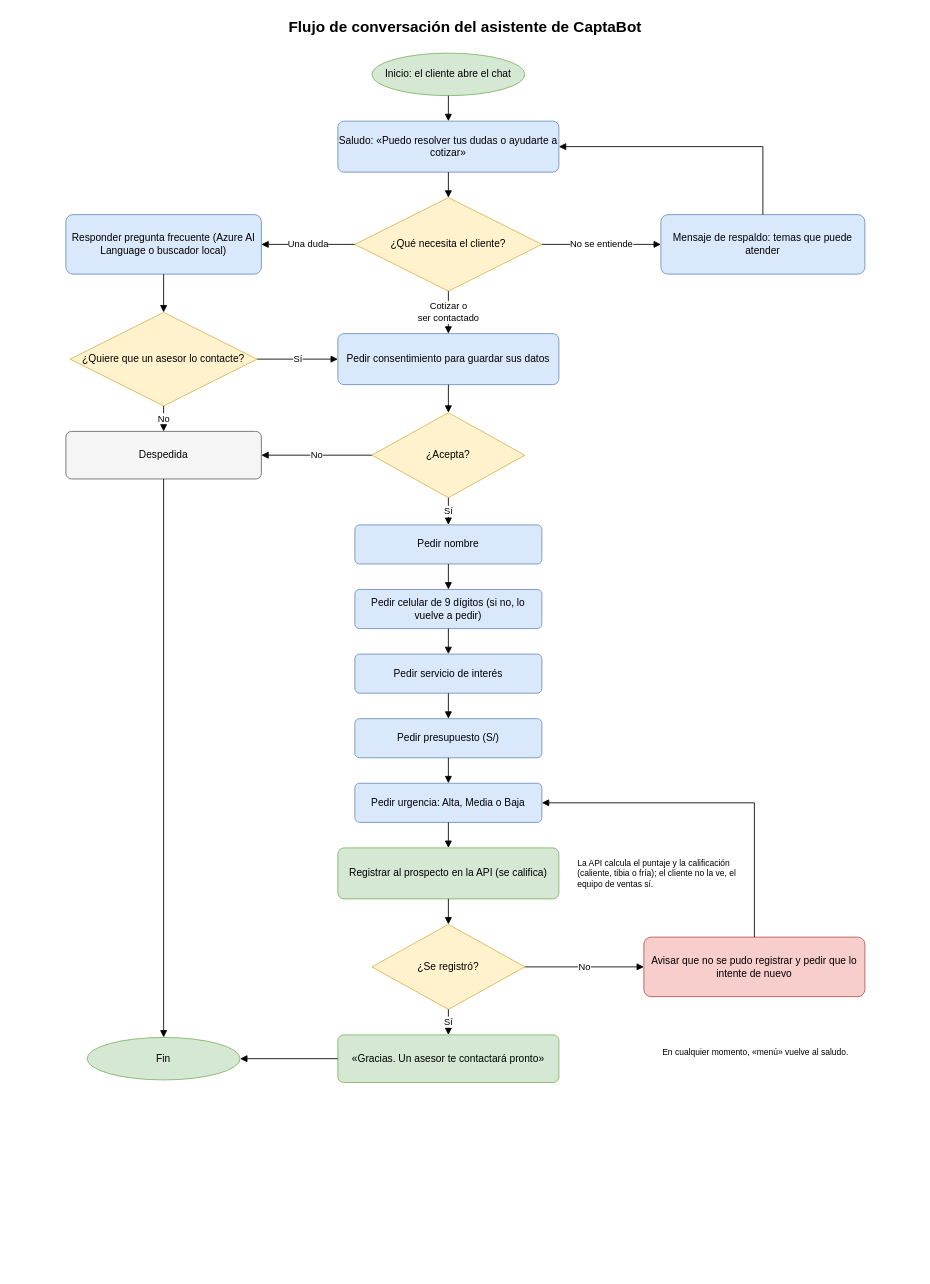
Earlier version of the draw.io diagram docs/diagramas/flujo-asistente.drawio (dwisardev/captabot-error404). Source tidied: cells renumbered, new cells numbered last; positions are measured from the earlier drawing's top-left corner, leaving out a move shared by most shapes. Both pictures are drawn from the tidied source at 85%, with x=0, y=0 at pixel (14, 14).
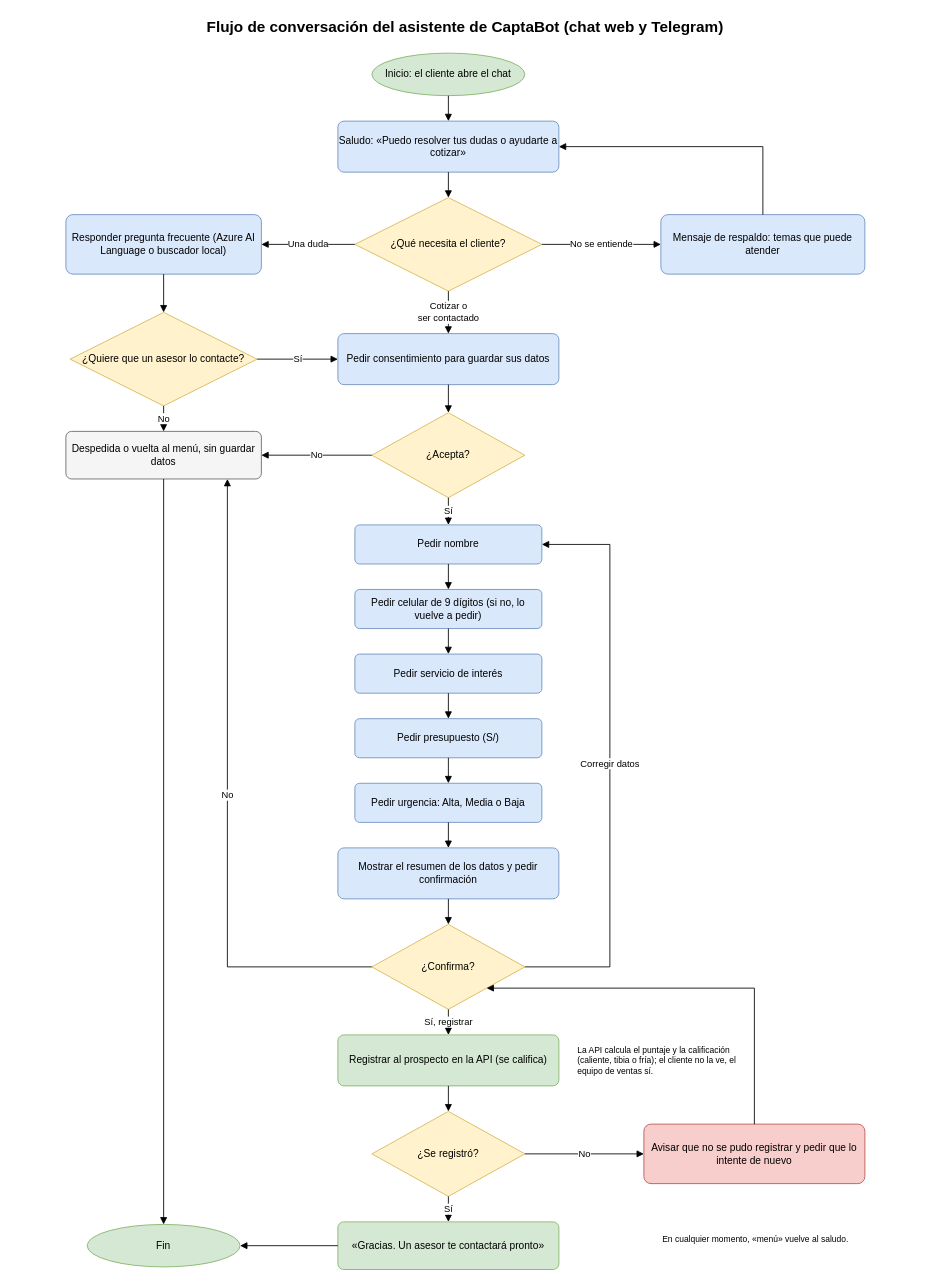
The same diagram, later.

Commit message (it also covers changes not shown here):
SCRUM-15 El chat muestra un resumen y pide confirmación antes de registrar al prospecto

Unchanged cells that the change refers to:
```xml
<mxCell id="11" value="Pedir nombre" style="rounded=1;arcSize=12;whiteSpace=wrap;html=1;fillColor=#dae8fc;strokeColor=#6c8ebf;fontSize=12;" parent="1" vertex="1">
  <mxGeometry x="400" y="600" width="220" height="46" as="geometry" />
</mxCell>
<mxCell id="15" value="Pedir urgencia: Alta, Media o Baja" style="rounded=1;arcSize=12;whiteSpace=wrap;html=1;fillColor=#dae8fc;strokeColor=#6c8ebf;fontSize=12;" parent="1" vertex="1">
  <mxGeometry x="400" y="904" width="220" height="46" as="geometry" />
</mxCell>
```

The edit, as a diff of the source:
```diff
@@
-    <mxCell id="2" value="Flujo de conversación del asistente de CaptaBot" style="text;html=1;strokeColor=none;fillColor=none;align=center;verticalAlign=middle;whiteSpace=wrap;fontSize=18;fontStyle=1;" parent="1" vertex="1">
+    <mxCell id="2" value="Flujo de conversación del asistente de CaptaBot (chat web y Telegram)" style="text;html=1;strokeColor=none;fillColor=none;align=center;verticalAlign=middle;whiteSpace=wrap;fontSize=18;fontStyle=1;" parent="1" vertex="1">
       <mxGeometry width="1060" height="30" as="geometry" />
     </mxCell>
@@
+    <mxCell id="47" value="Mostrar el resumen de los datos y pedir confirmación" style="rounded=1;arcSize=12;whiteSpace=wrap;html=1;fillColor=#dae8fc;strokeColor=#6c8ebf;fontSize=12;" parent="1" vertex="1">
+      <mxGeometry x="380" y="980" width="260" height="60" as="geometry" />
+    </mxCell>
+    <mxCell id="48" value="¿Confirma?" style="rhombus;whiteSpace=wrap;html=1;fillColor=#fff2cc;strokeColor=#d6b656;fontSize=12;" parent="1" vertex="1">
+      <mxGeometry x="420" y="1070" width="180" height="100" as="geometry" />
+    </mxCell>
     <mxCell id="16" value="Registrar al prospecto en la API (se califica)" style="rounded=1;arcSize=12;whiteSpace=wrap;html=1;fillColor=#d5e8d4;strokeColor=#82b366;fontSize=12;" parent="1" vertex="1">
-      <mxGeometry x="380" y="980" width="260" height="60" as="geometry" />
+      <mxGeometry x="380" y="1200" width="260" height="60" as="geometry" />
     </mxCell>
     <mxCell id="17" value="¿Se registró?" style="rhombus;whiteSpace=wrap;html=1;fillColor=#fff2cc;strokeColor=#d6b656;fontSize=12;" parent="1" vertex="1">
-      <mxGeometry x="420" y="1070" width="180" height="100" as="geometry" />
+      <mxGeometry x="420" y="1290" width="180" height="100" as="geometry" />
     </mxCell>
     <mxCell id="18" value="«Gracias. Un asesor te contactará pronto»" style="rounded=1;arcSize=12;whiteSpace=wrap;html=1;fillColor=#d5e8d4;strokeColor=#82b366;fontSize=12;" parent="1" vertex="1">
-      <mxGeometry x="380" y="1200" width="260" height="56" as="geometry" />
+      <mxGeometry x="380" y="1420" width="260" height="56" as="geometry" />
     </mxCell>
     <mxCell id="19" value="Avisar que no se pudo registrar y pedir que lo intente de nuevo" style="rounded=1;arcSize=12;whiteSpace=wrap;html=1;fillColor=#f8cecc;strokeColor=#b85450;fontSize=12;" parent="1" vertex="1">
-      <mxGeometry x="740" y="1085" width="260" height="70" as="geometry" />
+      <mxGeometry x="740" y="1305" width="260" height="70" as="geometry" />
     </mxCell>
-    <mxCell id="20" value="Despedida" style="rounded=1;arcSize=12;whiteSpace=wrap;html=1;fillColor=#f5f5f5;strokeColor=#666666;fontSize=12;" parent="1" vertex="1">
+    <mxCell id="20" value="Despedida o vuelta al menú, sin guardar datos" style="rounded=1;arcSize=12;whiteSpace=wrap;html=1;fillColor=#f5f5f5;strokeColor=#666666;fontSize=12;" parent="1" vertex="1">
       <mxGeometry x="60" y="490" width="230" height="56" as="geometry" />
     </mxCell>
     <mxCell id="21" value="Fin" style="ellipse;whiteSpace=wrap;html=1;fillColor=#d5e8d4;strokeColor=#82b366;fontSize=12;" parent="1" vertex="1">
-      <mxGeometry x="85" y="1203" width="180" height="50" as="geometry" />
+      <mxGeometry x="85" y="1423" width="180" height="50" as="geometry" />
     </mxCell>
     <mxCell id="22" value="La API calcula el puntaje y la calificación (caliente, tibia o fría); el cliente no la ve, el equipo de ventas sí." style="text;html=1;strokeColor=none;fillColor=none;align=left;verticalAlign=middle;whiteSpace=wrap;fontSize=10;" parent="1" vertex="1">
-      <mxGeometry x="660" y="965" width="190" height="90" as="geometry" />
+      <mxGeometry x="660" y="1185" width="190" height="90" as="geometry" />
     </mxCell>
     <mxCell id="23" value="En cualquier momento, «menú» vuelve al saludo." style="text;html=1;strokeColor=none;fillColor=none;align=left;verticalAlign=middle;whiteSpace=wrap;fontSize=10;" parent="1" vertex="1">
-      <mxGeometry x="760" y="1190" width="260" height="60" as="geometry" />
+      <mxGeometry x="760" y="1410" width="260" height="60" as="geometry" />
     </mxCell>
@@
-    <mxCell id="40" style="html=1;rounded=0;fontSize=11;labelBackgroundColor=#ffffff;endArrow=block;endFill=1;" parent="1" edge="1" source="15" target="16">
+    <mxCell id="40" style="html=1;rounded=0;fontSize=11;labelBackgroundColor=#ffffff;endArrow=block;endFill=1;" parent="1" edge="1" source="15" target="47">
       <mxGeometry relative="1" as="geometry" />
     </mxCell>
-    <mxCell id="41" style="html=1;rounded=0;fontSize=11;labelBackgroundColor=#ffffff;endArrow=block;endFill=1;" parent="1" edge="1" source="16" target="17">
+    <mxCell id="41" style="html=1;rounded=0;fontSize=11;labelBackgroundColor=#ffffff;endArrow=block;endFill=1;" parent="1" edge="1" source="47" target="48">
       <mxGeometry relative="1" as="geometry" />
     </mxCell>
-    <mxCell id="42" value="Sí" style="html=1;rounded=0;fontSize=11;labelBackgroundColor=#ffffff;endArrow=block;endFill=1;" parent="1" edge="1" source="17" target="18">
+    <mxCell id="42" value="Sí, registrar" style="html=1;rounded=0;fontSize=11;labelBackgroundColor=#ffffff;endArrow=block;endFill=1;" parent="1" edge="1" source="48" target="16">
       <mxGeometry relative="1" as="geometry" />
     </mxCell>
-    <mxCell id="43" value="No" style="html=1;rounded=0;fontSize=11;labelBackgroundColor=#ffffff;endArrow=block;endFill=1;" parent="1" edge="1" source="17" target="19">
-      <mxGeometry relative="1" as="geometry" />
+    <mxCell id="43" value="Corregir datos" style="html=1;rounded=0;fontSize=11;labelBackgroundColor=#ffffff;endArrow=block;endFill=1;exitX=1.0;exitY=0.5;exitDx=0;exitDy=0;entryX=1.0;entryY=0.5;entryDx=0;entryDy=0;" parent="1" edge="1" source="48" target="11">
+      <mxGeometry relative="1" as="geometry">
+        <Array as="points">
+          <mxPoint x="700" y="1120" />
+          <mxPoint x="700" y="623" />
+        </Array>
+      </mxGeometry>
     </mxCell>
-    <mxCell id="44" style="html=1;rounded=0;fontSize=11;labelBackgroundColor=#ffffff;endArrow=block;endFill=1;" parent="1" edge="1" source="19" target="15">
+    <mxCell id="44" value="No" style="html=1;rounded=0;fontSize=11;labelBackgroundColor=#ffffff;endArrow=block;endFill=1;exitX=0.0;exitY=0.5;exitDx=0;exitDy=0;entryX=0.8261;entryY=1.0;entryDx=0;entryDy=0;" parent="1" edge="1" source="48" target="20">
       <mxGeometry relative="1" as="geometry">
         <Array as="points">
-          <mxPoint x="870" y="927" />
+          <mxPoint x="250" y="1120" />
         </Array>
       </mxGeometry>
     </mxCell>
-    <mxCell id="45" style="html=1;rounded=0;fontSize=11;labelBackgroundColor=#ffffff;endArrow=block;endFill=1;" parent="1" edge="1" source="18" target="21">
+    <mxCell id="45" style="html=1;rounded=0;fontSize=11;labelBackgroundColor=#ffffff;endArrow=block;endFill=1;" parent="1" edge="1" source="16" target="17">
       <mxGeometry relative="1" as="geometry" />
     </mxCell>
-    <mxCell id="46" style="html=1;rounded=0;fontSize=11;labelBackgroundColor=#ffffff;endArrow=block;endFill=1;" parent="1" edge="1" source="20" target="21">
+    <mxCell id="46" value="Sí" style="html=1;rounded=0;fontSize=11;labelBackgroundColor=#ffffff;endArrow=block;endFill=1;" parent="1" edge="1" source="17" target="18">
       <mxGeometry relative="1" as="geometry" />
     </mxCell>
+    <mxCell id="49" value="No" style="html=1;rounded=0;fontSize=11;labelBackgroundColor=#ffffff;endArrow=block;endFill=1;" parent="1" edge="1" source="17" target="19">
+      <mxGeometry relative="1" as="geometry" />
+    </mxCell>
+    <mxCell id="50" style="html=1;rounded=0;fontSize=11;labelBackgroundColor=#ffffff;endArrow=block;endFill=1;entryX=0.75;entryY=0.75;entryDx=0;entryDy=0;" parent="1" edge="1" source="19" target="48">
+      <mxGeometry relative="1" as="geometry">
+        <Array as="points">
+          <mxPoint x="870" y="1145" />
+        </Array>
+      </mxGeometry>
+    </mxCell>
+    <mxCell id="51" style="html=1;rounded=0;fontSize=11;labelBackgroundColor=#ffffff;endArrow=block;endFill=1;" parent="1" edge="1" source="18" target="21">
+      <mxGeometry relative="1" as="geometry" />
+    </mxCell>
+    <mxCell id="52" style="html=1;rounded=0;fontSize=11;labelBackgroundColor=#ffffff;endArrow=block;endFill=1;" parent="1" edge="1" source="20" target="21">
+      <mxGeometry relative="1" as="geometry" />
+    </mxCell>
```
